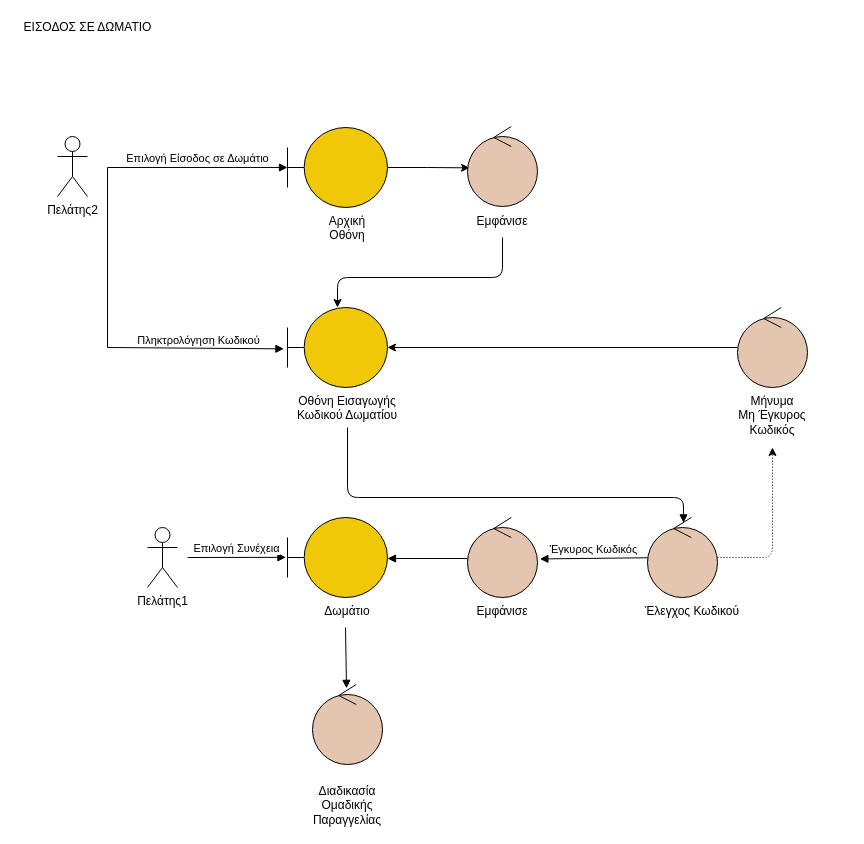
iloudaros/nomnomr keeps this draw.io diagram as docs/contributions/AthanasiaZ/Writing-Charts/Phase3/Robustness Diagrams/Είσοδος σε Δωμάτιο.drawio. Above is the earlier version. Source tidied: cells renumbered, new cells numbered last; positions are measured from the earlier drawing's top-left corner, leaving out a move shared by most shapes. Both pictures are drawn from the tidied source at 100%, with x=0, y=0 at pixel (17, 17).
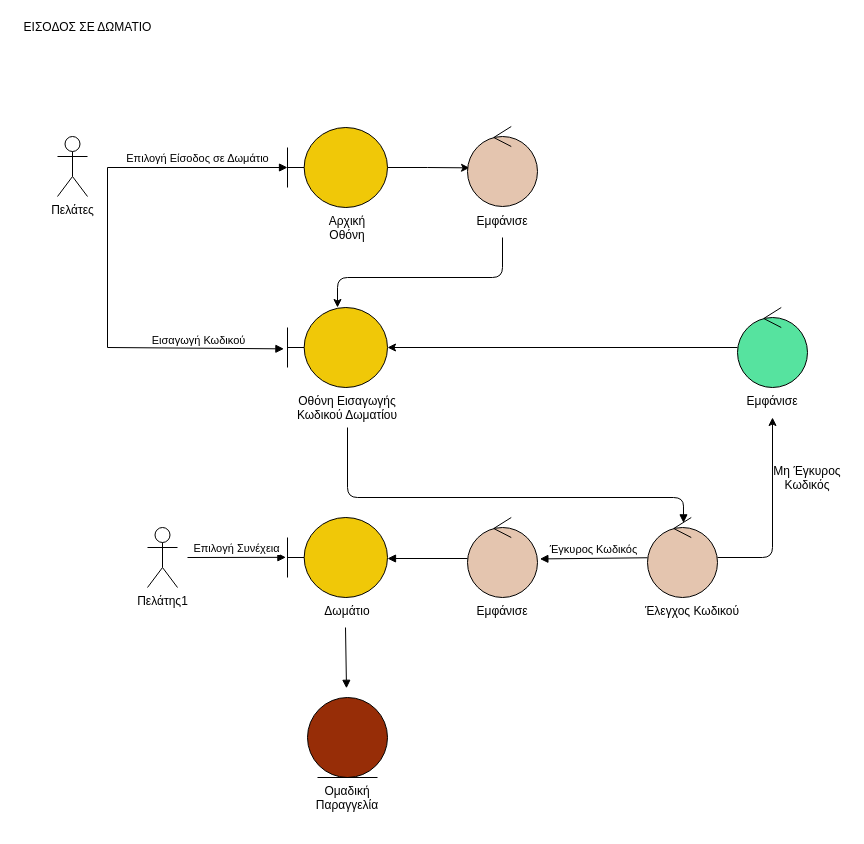
Above is the later version.

Unchanged cells that the change refers to:
```xml
<mxCell id="4" style="shape=umlBoundary;whiteSpace=wrap;html=1;fillColor=#F0C808;" parent="1" vertex="1">
  <mxGeometry x="270" y="290" width="100" height="80" as="geometry" />
</mxCell>
<mxCell id="12" style="ellipse;shape=umlControl;whiteSpace=wrap;html=1;fillColor=#E4C5AF;" parent="1" vertex="1">
  <mxGeometry x="630" y="500" width="70" height="80" as="geometry" />
</mxCell>
```

What changed in the source:
```diff
@@
-    <mxCell id="2" value="Πελάτης2" style="shape=umlActor;verticalLabelPosition=bottom;verticalAlign=top;html=1;" parent="1" vertex="1">
+    <mxCell id="2" value="Πελάτες" style="shape=umlActor;verticalLabelPosition=bottom;verticalAlign=top;html=1;" parent="1" vertex="1">
       <mxGeometry x="40" y="119" width="30" height="60" as="geometry" />
     </mxCell>
@@
-    <mxCell id="10" value="Πληκτρολόγηση Κωδικού" style="html=1;verticalAlign=bottom;endArrow=block;rounded=0;entryX=-0.036;entryY=0.517;entryDx=0;entryDy=0;entryPerimeter=0;" parent="1" edge="1" target="4">
+    <mxCell id="10" value="Εισαγωγή Κωδικού" style="html=1;verticalAlign=bottom;endArrow=block;rounded=0;entryX=-0.036;entryY=0.517;entryDx=0;entryDy=0;entryPerimeter=0;" parent="1" edge="1" target="4">
       <mxGeometry x="0.52" y="-1" relative="1" as="geometry">
         <mxPoint x="90" y="150" as="sourcePoint" />
         <Array as="points">
           <mxPoint x="90" y="330" />
         </Array>
       </mxGeometry>
     </mxCell>
-    <mxCell id="11" style="edgeStyle=orthogonalEdgeStyle;rounded=1;jettySize=auto;html=1;fillColor=#a20025;strokeColor=#000000;dashed=1;dashPattern=1 2;entryX=0.5;entryY=1;entryDx=0;entryDy=0;" parent="1" edge="1" source="12" target="27">
+    <mxCell id="11" style="edgeStyle=orthogonalEdgeStyle;rounded=1;jettySize=auto;html=1;fillColor=#a20025;strokeColor=#000000;" parent="1" edge="1" source="12" target="33">
       <mxGeometry relative="1" as="geometry" />
     </mxCell>
@@
-    <mxCell id="20" style="ellipse;shape=umlControl;whiteSpace=wrap;html=1;fillColor=#E4C5AF;" parent="1" vertex="1">
-      <mxGeometry x="295" y="667" width="70" height="80" as="geometry" />
-    </mxCell>
-    <mxCell id="21" style="html=1;verticalAlign=bottom;endArrow=block;rounded=0;entryX=0.486;entryY=0.048;entryDx=0;entryDy=0;entryPerimeter=0;" parent="1" edge="1" target="20">
+    <mxCell id="21" style="html=1;verticalAlign=bottom;endArrow=block;rounded=0;entryX=0.486;entryY=0.048;entryDx=0;entryDy=0;entryPerimeter=0;" parent="1" edge="1">
       <mxGeometry relative="1" as="geometry">
         <mxPoint x="328" y="610" as="sourcePoint" />
+        <mxPoint x="329" y="670.8" as="targetPoint" />
       </mxGeometry>
     </mxCell>
-    <mxCell id="22" style="edgeStyle=orthogonalEdgeStyle;rounded=0;jettySize=auto;html=1;fillColor=#a20025;strokeColor=#000000;" parent="1" edge="1" source="23" target="4">
+    <mxCell id="22" style="edgeStyle=orthogonalEdgeStyle;rounded=0;jettySize=auto;html=1;fillColor=#a20025;strokeColor=#000000;entryX=1;entryY=0.5;entryDx=0;entryDy=0;entryPerimeter=0;" parent="1" edge="1" source="23" target="4">
       <mxGeometry relative="1" as="geometry" />
     </mxCell>
-    <mxCell id="23" style="ellipse;shape=umlControl;whiteSpace=wrap;html=1;fillColor=#E4C5AF;strokeColor=#000000;fontColor=#ffffff;" parent="1" vertex="1">
+    <mxCell id="23" style="ellipse;shape=umlControl;whiteSpace=wrap;html=1;fillColor=#56E39F;strokeColor=#000000;fontColor=#ffffff;" parent="1" vertex="1">
       <mxGeometry x="720" y="290" width="70" height="80" as="geometry" />
     </mxCell>
@@
-    <mxCell id="27" value="&lt;span style=&quot;font-family: &amp;#34;helvetica&amp;#34; ; font-size: 12px ; font-style: normal ; font-weight: 400 ; letter-spacing: normal ; text-indent: 0px ; text-transform: none ; word-spacing: 0px ; display: inline ; float: none&quot;&gt;Μήνυμα&lt;/span&gt;&lt;br style=&quot;font-family: &amp;#34;helvetica&amp;#34; ; font-size: 12px ; font-style: normal ; font-weight: 400 ; letter-spacing: normal ; text-indent: 0px ; text-transform: none ; word-spacing: 0px&quot;&gt;&lt;span style=&quot;font-family: &amp;#34;helvetica&amp;#34; ; font-size: 12px ; font-style: normal ; font-weight: 400 ; letter-spacing: normal ; text-indent: 0px ; text-transform: none ; word-spacing: 0px ; display: inline ; float: none&quot;&gt;Μη&amp;nbsp;&lt;/span&gt;&lt;span style=&quot;font-family: &amp;#34;helvetica&amp;#34; ; font-size: 12px ; font-style: normal ; font-weight: 400 ; letter-spacing: normal ; text-indent: 0px ; text-transform: none ; word-spacing: 0px ; display: inline ; float: none&quot;&gt;Έγκυρος&lt;/span&gt;&lt;br style=&quot;font-family: &amp;#34;helvetica&amp;#34; ; font-size: 12px ; font-style: normal ; font-weight: 400 ; letter-spacing: normal ; text-indent: 0px ; text-transform: none ; word-spacing: 0px&quot;&gt;&lt;span style=&quot;font-family: &amp;#34;helvetica&amp;#34; ; font-size: 12px ; font-style: normal ; font-weight: 400 ; letter-spacing: normal ; text-indent: 0px ; text-transform: none ; word-spacing: 0px ; display: inline ; float: none&quot;&gt;Κωδικός&lt;/span&gt;" style="text;whiteSpace=wrap;html=1;fontColor=default;labelBackgroundColor=none;align=center;" parent="1" vertex="1">
-      <mxGeometry x="715" y="370" width="80" height="60" as="geometry" />
+    <mxCell id="27" value="&lt;span style=&quot;font-family: &amp;quot;helvetica&amp;quot; ; font-size: 12px ; font-style: normal ; font-weight: 400 ; letter-spacing: normal ; text-indent: 0px ; text-transform: none ; word-spacing: 0px ; display: inline ; float: none&quot;&gt;Μη&amp;nbsp;&lt;/span&gt;&lt;span style=&quot;font-family: &amp;quot;helvetica&amp;quot; ; font-size: 12px ; font-style: normal ; font-weight: 400 ; letter-spacing: normal ; text-indent: 0px ; text-transform: none ; word-spacing: 0px ; display: inline ; float: none&quot;&gt;Έγκυρος&lt;/span&gt;&lt;br style=&quot;font-family: &amp;quot;helvetica&amp;quot; ; font-size: 12px ; font-style: normal ; font-weight: 400 ; letter-spacing: normal ; text-indent: 0px ; text-transform: none ; word-spacing: 0px&quot;&gt;&lt;span style=&quot;font-family: &amp;quot;helvetica&amp;quot; ; font-size: 12px ; font-style: normal ; font-weight: 400 ; letter-spacing: normal ; text-indent: 0px ; text-transform: none ; word-spacing: 0px ; display: inline ; float: none&quot;&gt;Κωδικός&lt;/span&gt;" style="text;whiteSpace=wrap;html=1;fontColor=default;labelBackgroundColor=none;align=center;" parent="1" vertex="1">
+      <mxGeometry x="750" y="440" width="80" height="40" as="geometry" />
     </mxCell>
@@
-    <mxCell id="31" value="&lt;font face=&quot;helvetica&quot;&gt;Διαδικασία&lt;br&gt;Ομαδικής&lt;br&gt;Παραγγελίας&lt;br&gt;&lt;/font&gt;" style="text;whiteSpace=wrap;html=1;align=center;labelBackgroundColor=none;fontColor=default;" parent="1" vertex="1">
+    <mxCell id="31" value="&lt;font face=&quot;helvetica&quot;&gt;Ομαδική&lt;br&gt;Παραγγελία&lt;br&gt;&lt;/font&gt;" style="text;whiteSpace=wrap;html=1;align=center;labelBackgroundColor=none;fontColor=default;" parent="1" vertex="1">
       <mxGeometry x="290" y="760" width="80" height="30" as="geometry" />
     </mxCell>
+    <mxCell id="32" style="ellipse;shape=umlEntity;whiteSpace=wrap;html=1;fillColor=#972D07;" parent="1" vertex="1">
+      <mxGeometry x="290" y="680" width="80" height="80" as="geometry" />
+    </mxCell>
+    <mxCell id="33" value="&lt;span style=&quot;font-family: helvetica; font-size: 12px; font-style: normal; font-weight: 400; letter-spacing: normal; text-indent: 0px; text-transform: none; word-spacing: 0px; display: inline; float: none;&quot;&gt;Εμφάνισε&lt;/span&gt;" style="text;whiteSpace=wrap;html=1;align=center;labelBackgroundColor=none;fontColor=default;" parent="1" vertex="1">
+      <mxGeometry x="715" y="370" width="80" height="30" as="geometry" />
+    </mxCell>
```
